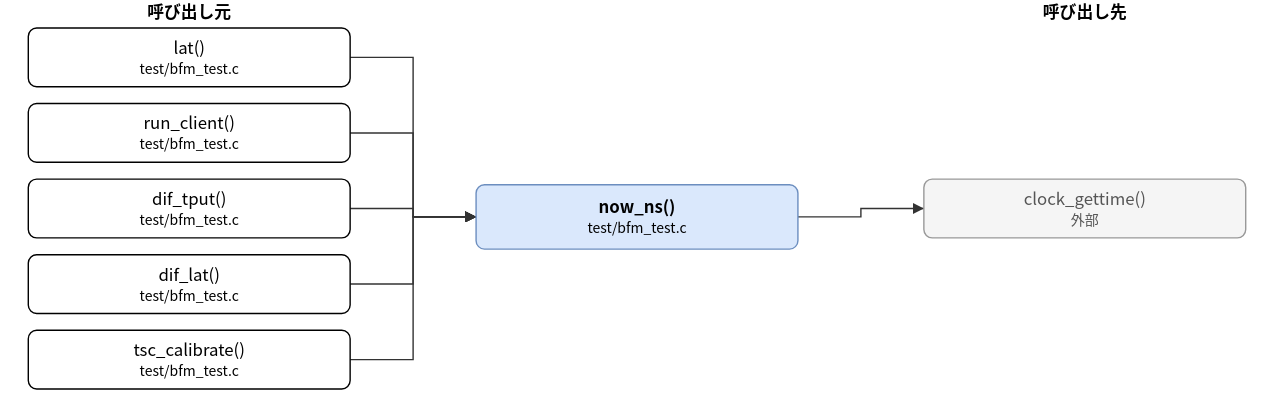
Earlier version of the draw.io export doc/spec/images/call_test_bfm_test-now_ns.drawio.svg (hf355051012-ai/bfmem). Source tidied: cells renumbered, new cells last; positions are measured from the earlier drawing's top-left corner, leaving out a move shared by most shapes.
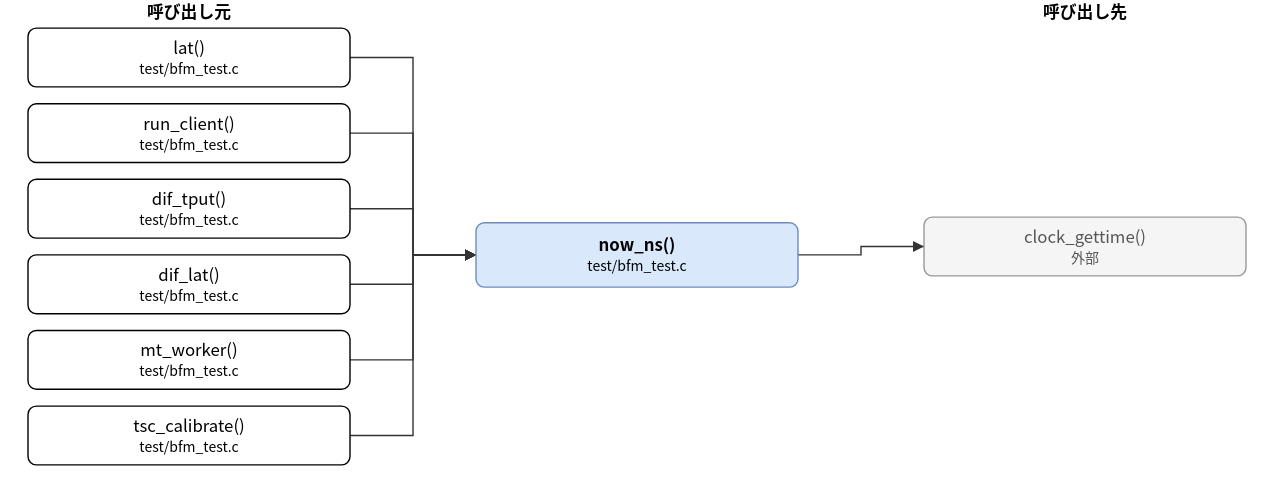
The same diagram one commit later.

Diff of the diagram source:
```diff
@@ -3,7 +3,7 @@
     <mxCell id="0" />
     <mxCell id="1" parent="0" />
     <mxCell id="2" value="now_ns()&lt;br&gt;&lt;font style=&quot;font-size:10px&quot;&gt;test/bfm_test.c&lt;/font&gt;" style="rounded=1;whiteSpace=wrap;html=1;fillColor=#dae8fc;strokeColor=#6c8ebf;fontStyle=1;" parent="1" vertex="1">
-      <mxGeometry x="320" y="132" width="230" height="46" as="geometry" />
+      <mxGeometry x="320" y="159" width="230" height="46" as="geometry" />
     </mxCell>
     <mxCell id="3" value="lat()&lt;br&gt;&lt;font style=&quot;font-size:10px&quot;&gt;test/bfm_test.c&lt;/font&gt;" style="rounded=1;whiteSpace=wrap;html=1;" parent="1" vertex="1">
       <mxGeometry y="20" width="230" height="42" as="geometry" />
@@ -17,17 +17,20 @@
     <mxCell id="6" value="dif_lat()&lt;br&gt;&lt;font style=&quot;font-size:10px&quot;&gt;test/bfm_test.c&lt;/font&gt;" style="rounded=1;whiteSpace=wrap;html=1;" parent="1" vertex="1">
       <mxGeometry y="182" width="230" height="42" as="geometry" />
     </mxCell>
-    <mxCell id="7" value="tsc_calibrate()&lt;br&gt;&lt;font style=&quot;font-size:10px&quot;&gt;test/bfm_test.c&lt;/font&gt;" style="rounded=1;whiteSpace=wrap;html=1;" parent="1" vertex="1">
+    <mxCell id="7" value="mt_worker()&lt;br&gt;&lt;font style=&quot;font-size:10px&quot;&gt;test/bfm_test.c&lt;/font&gt;" style="rounded=1;whiteSpace=wrap;html=1;" parent="1" vertex="1">
       <mxGeometry y="236" width="230" height="42" as="geometry" />
     </mxCell>
+    <mxCell id="17" value="tsc_calibrate()&lt;br&gt;&lt;font style=&quot;font-size:10px&quot;&gt;test/bfm_test.c&lt;/font&gt;" style="rounded=1;whiteSpace=wrap;html=1;" parent="1" vertex="1">
+      <mxGeometry y="290" width="230" height="42" as="geometry" />
+    </mxCell>
     <mxCell id="8" value="clock_gettime()&lt;br&gt;&lt;font style=&quot;font-size:10px&quot;&gt;外部&lt;/font&gt;" style="rounded=1;whiteSpace=wrap;html=1;fillColor=#f5f5f5;strokeColor=#999999;fontColor=#555555;" parent="1" vertex="1">
-      <mxGeometry x="640" y="128" width="230" height="42" as="geometry" />
+      <mxGeometry x="640" y="155" width="230" height="42" as="geometry" />
     </mxCell>
     <mxCell id="9" style="edgeStyle=none;html=1;rounded=0;endArrow=block;endFill=1;exitX=1.0000;exitY=0.5000;exitDx=0;exitDy=0;exitPerimeter=0;entryX=0.0000;entryY=0.5000;entryDx=0;entryDy=0;entryPerimeter=0;" parent="1" edge="1" source="3" target="2">
       <mxGeometry relative="1" as="geometry">
         <Array as="points">
           <mxPoint x="275" y="41" />
-          <mxPoint x="275" y="155" />
+          <mxPoint x="275" y="182" />
         </Array>
       </mxGeometry>
     </mxCell>
@@ -35,7 +38,7 @@
       <mxGeometry relative="1" as="geometry">
         <Array as="points">
           <mxPoint x="275" y="95" />
-          <mxPoint x="275" y="155" />
+          <mxPoint x="275" y="182" />
         </Array>
       </mxGeometry>
     </mxCell>
@@ -43,7 +46,7 @@
       <mxGeometry relative="1" as="geometry">
         <Array as="points">
           <mxPoint x="275" y="149" />
-          <mxPoint x="275" y="155" />
+          <mxPoint x="275" y="182" />
         </Array>
       </mxGeometry>
     </mxCell>
@@ -51,7 +54,7 @@
       <mxGeometry relative="1" as="geometry">
         <Array as="points">
           <mxPoint x="275" y="203" />
-          <mxPoint x="275" y="155" />
+          <mxPoint x="275" y="182" />
         </Array>
       </mxGeometry>
     </mxCell>
@@ -59,18 +62,26 @@
       <mxGeometry relative="1" as="geometry">
         <Array as="points">
           <mxPoint x="275" y="257" />
-          <mxPoint x="275" y="155" />
+          <mxPoint x="275" y="182" />
         </Array>
       </mxGeometry>
     </mxCell>
-    <mxCell id="14" style="edgeStyle=none;html=1;rounded=0;endArrow=block;endFill=1;exitX=1.0000;exitY=0.5000;exitDx=0;exitDy=0;exitPerimeter=0;entryX=0.0000;entryY=0.5000;entryDx=0;entryDy=0;entryPerimeter=0;" parent="1" edge="1" source="2" target="8">
+    <mxCell id="14" style="edgeStyle=none;html=1;rounded=0;endArrow=block;endFill=1;exitX=1.0000;exitY=0.5000;exitDx=0;exitDy=0;exitPerimeter=0;entryX=0.0000;entryY=0.5000;entryDx=0;entryDy=0;entryPerimeter=0;" parent="1" edge="1" source="17" target="2">
       <mxGeometry relative="1" as="geometry">
         <Array as="points">
-          <mxPoint x="595" y="155" />
-          <mxPoint x="595" y="149" />
+          <mxPoint x="275" y="311" />
+          <mxPoint x="275" y="182" />
         </Array>
       </mxGeometry>
     </mxCell>
+    <mxCell id="18" style="edgeStyle=none;html=1;rounded=0;endArrow=block;endFill=1;exitX=1.0000;exitY=0.5000;exitDx=0;exitDy=0;exitPerimeter=0;entryX=0.0000;entryY=0.5000;entryDx=0;entryDy=0;entryPerimeter=0;" parent="1" edge="1" source="2" target="8">
+      <mxGeometry relative="1" as="geometry">
+        <Array as="points">
+          <mxPoint x="595" y="182" />
+          <mxPoint x="595" y="176" />
+        </Array>
+      </mxGeometry>
+    </mxCell>
     <mxCell id="15" value="呼び出し元" style="text;html=1;align=center;fontStyle=1;" parent="1" vertex="1">
       <mxGeometry x="35" width="160" height="18" as="geometry" />
     </mxCell>
```
